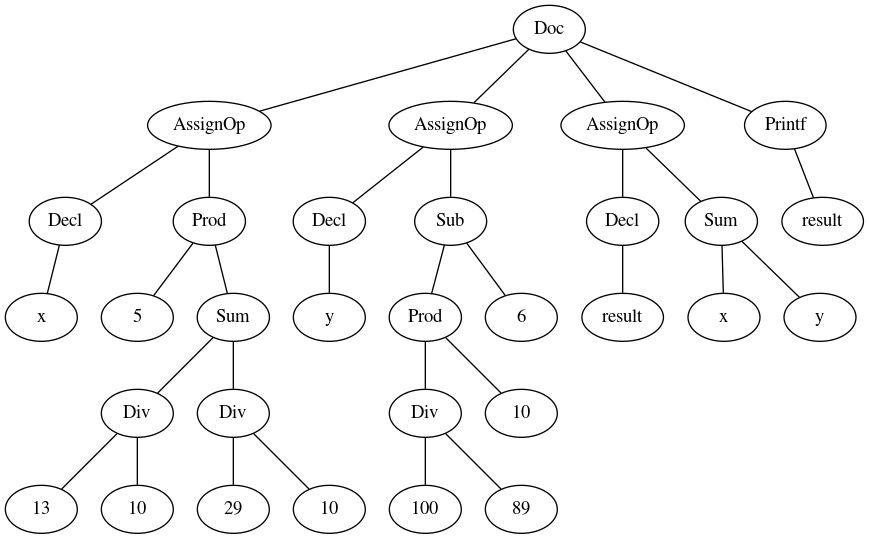
Before: test_IO/result.png, a diagram exported from Graphviz (manomarichal/project-compilers). Its source is kept beside it as test_IO/result.dot. Source of this version:
```dot
graph G {
1 [label=Doc];
2 [label=AssignOp];
3 [label=Decl];
4 [label=x];
3 -- 4;
2 -- 3;
5 [label=Prod];
6 [label=5];
5 -- 6;
7 [label=Sum];
8 [label=Div];
9 [label=13];
8 -- 9;
10 [label=10];
8 -- 10;
7 -- 8;
11 [label=Div];
12 [label=29];
11 -- 12;
13 [label=10];
11 -- 13;
7 -- 11;
5 -- 7;
2 -- 5;
1 -- 2;
14 [label=AssignOp];
15 [label=Decl];
16 [label=y];
15 -- 16;
14 -- 15;
17 [label=Sub];
18 [label=Prod];
19 [label=Div];
20 [label=100];
19 -- 20;
21 [label=89];
19 -- 21;
18 -- 19;
22 [label=10];
18 -- 22;
17 -- 18;
23 [label=6];
17 -- 23;
14 -- 17;
1 -- 14;
24 [label=AssignOp];
25 [label=Decl];
26 [label=result];
25 -- 26;
24 -- 25;
27 [label=Sum];
28 [label=x];
27 -- 28;
29 [label=y];
27 -- 29;
24 -- 27;
1 -- 24;
30 [label=Printf];
31 [label=result];
30 -- 31;
1 -- 30;
}
```
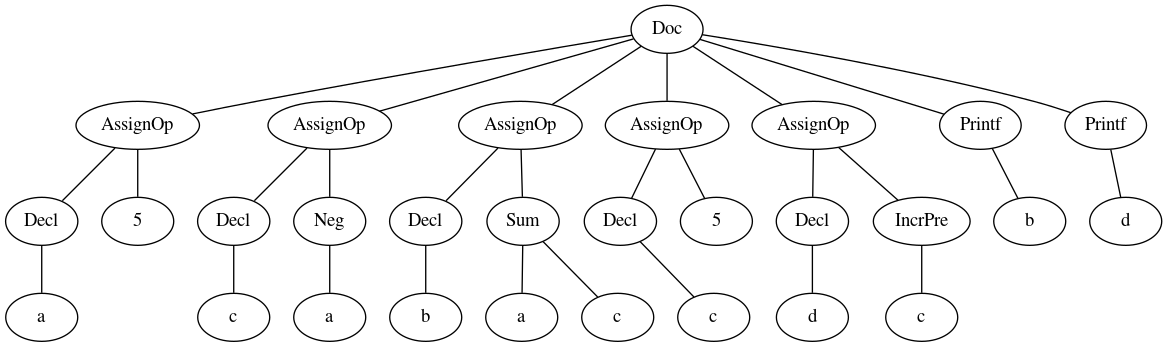
Later version of the same file.

Diff of the diagram source:
```diff
@@ -2,62 +2,58 @@
 1 [label=Doc];
 2 [label=AssignOp];
 3 [label=Decl];
-4 [label=x];
+4 [label=a];
 3 -- 4;
 2 -- 3;
-5 [label=Prod];
-6 [label=5];
-5 -- 6;
-7 [label=Sum];
-8 [label=Div];
-9 [label=13];
-8 -- 9;
-10 [label=10];
-8 -- 10;
-7 -- 8;
-11 [label=Div];
-12 [label=29];
-11 -- 12;
-13 [label=10];
-11 -- 13;
-7 -- 11;
-5 -- 7;
+5 [label=5];
 2 -- 5;
 1 -- 2;
-14 [label=AssignOp];
-15 [label=Decl];
-16 [label=y];
-15 -- 16;
+6 [label=AssignOp];
+7 [label=Decl];
+8 [label=c];
+7 -- 8;
+6 -- 7;
+9 [label=Neg];
+10 [label=a];
+9 -- 10;
+6 -- 9;
+1 -- 6;
+11 [label=AssignOp];
+12 [label=Decl];
+13 [label=b];
+12 -- 13;
+11 -- 12;
+14 [label=Sum];
+15 [label=a];
 14 -- 15;
-17 [label=Sub];
-18 [label=Prod];
-19 [label=Div];
-20 [label=100];
-19 -- 20;
-21 [label=89];
-19 -- 21;
+16 [label=c];
+14 -- 16;
+11 -- 14;
+1 -- 11;
+17 [label=AssignOp];
+18 [label=Decl];
+19 [label=c];
 18 -- 19;
-22 [label=10];
-18 -- 22;
 17 -- 18;
-23 [label=6];
-17 -- 23;
-14 -- 17;
-1 -- 14;
-24 [label=AssignOp];
-25 [label=Decl];
-26 [label=result];
-25 -- 26;
+20 [label=5];
+17 -- 20;
+1 -- 17;
+21 [label=AssignOp];
+22 [label=Decl];
+23 [label=d];
+22 -- 23;
+21 -- 22;
+24 [label=IncrPre];
+25 [label=c];
 24 -- 25;
-27 [label=Sum];
-28 [label=x];
-27 -- 28;
-29 [label=y];
-27 -- 29;
-24 -- 27;
-1 -- 24;
-30 [label=Printf];
-31 [label=result];
-30 -- 31;
-1 -- 30;
+21 -- 24;
+1 -- 21;
+26 [label=Printf];
+27 [label=b];
+26 -- 27;
+1 -- 26;
+28 [label=Printf];
+29 [label=d];
+28 -- 29;
+1 -- 28;
 }
```
